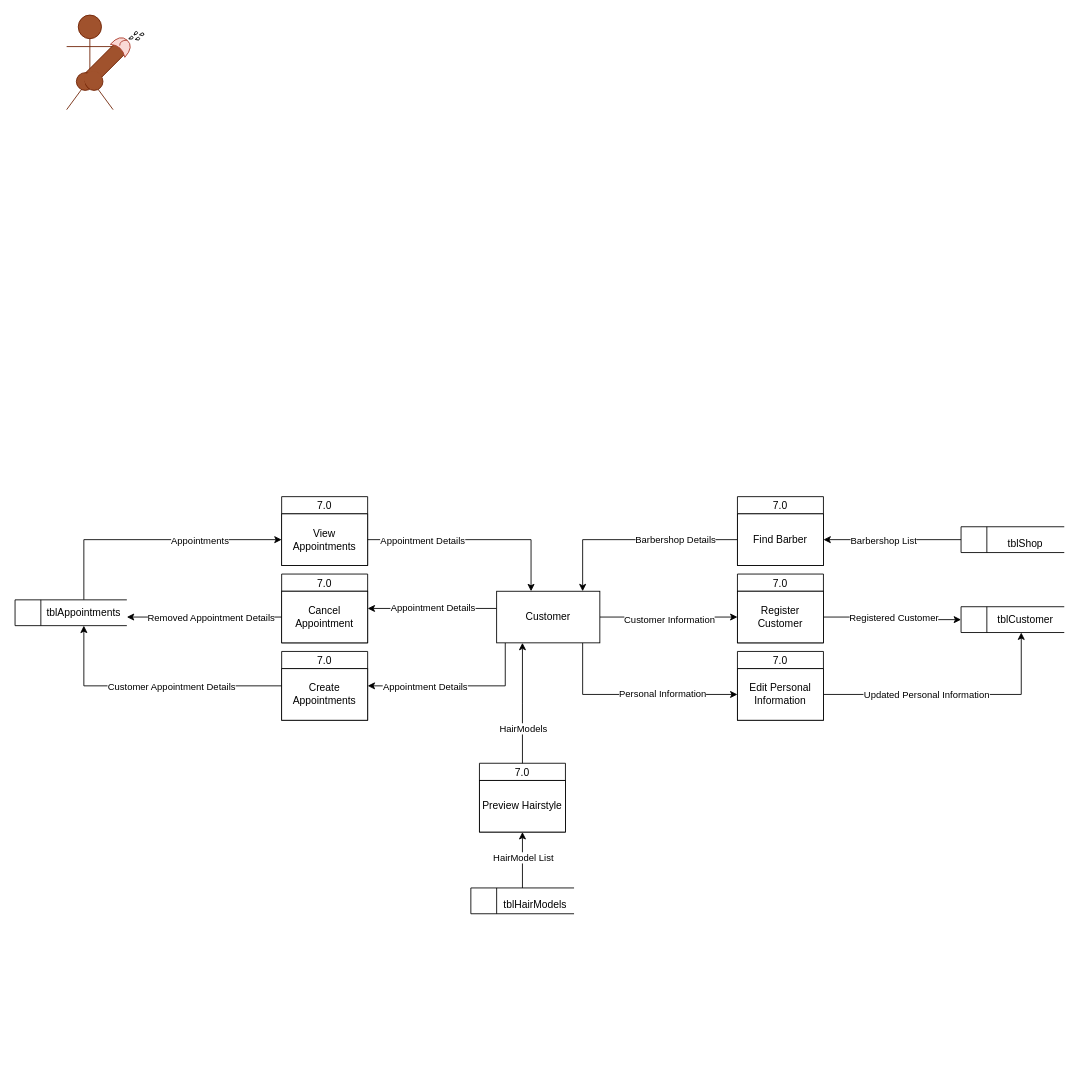
iampotato16/AppointCut keeps this draw.io diagram as page "Customer" (4 of 5) of Diagrams/Data flow.drawio. Above is the earlier version. Source tidied: cells renumbered, new cells numbered last; positions are measured from the earlier drawing's top-left corner, leaving out a move shared by most shapes. Both pictures are drawn from the tidied source at 86%, with x=0, y=0 at pixel (15, 15).
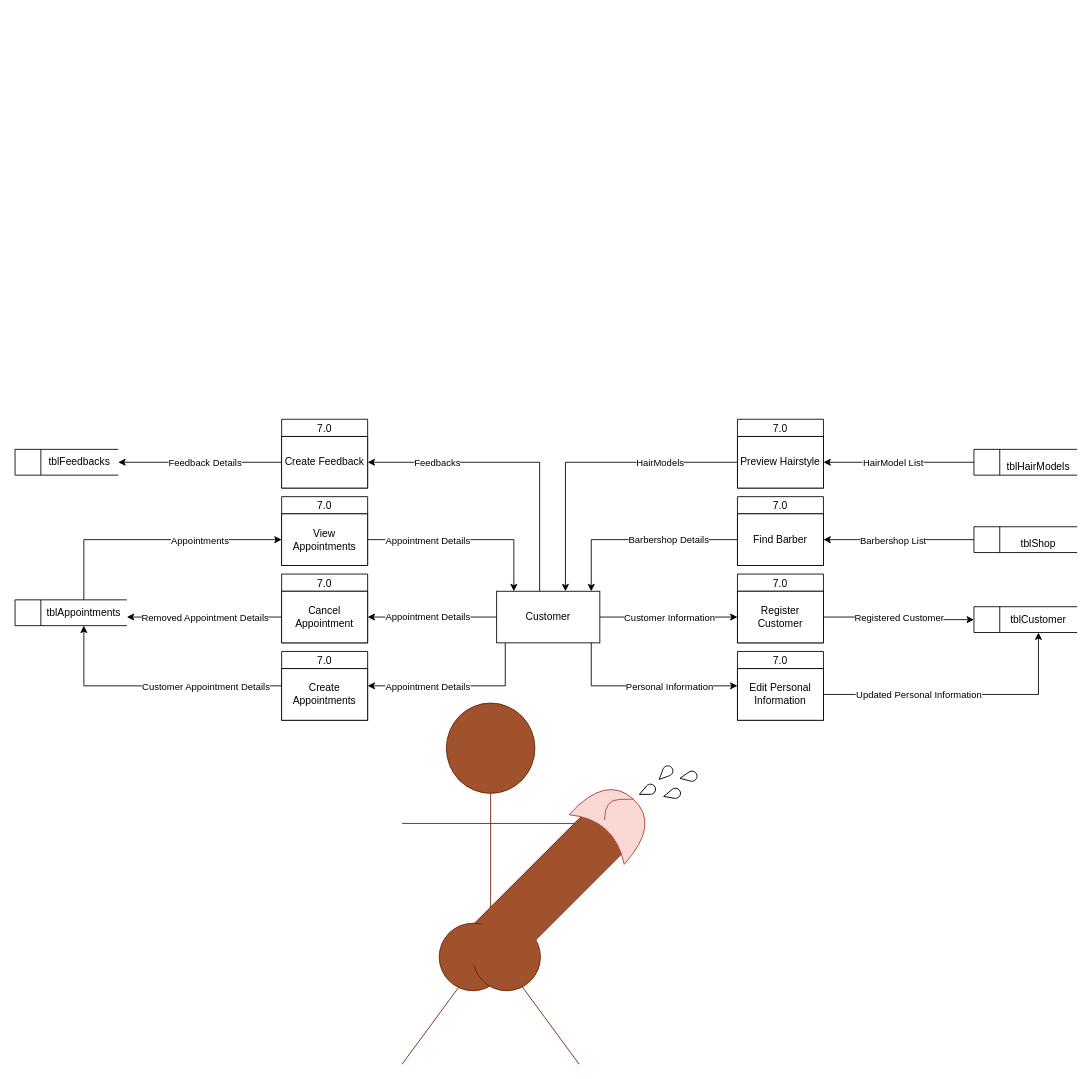
The same page after the edit.

Unchanged cells that the change refers to:
```xml
<mxCell id="16" style="edgeStyle=orthogonalEdgeStyle;rounded=0;jettySize=auto;html=1;" parent="1" edge="1" source="23" target="30">
  <mxGeometry relative="1" as="geometry">
    <Array as="points">
      <mxPoint x="840" y="700" />
      <mxPoint x="840" y="700" />
    </Array>
  </mxGeometry>
</mxCell>
<mxCell id="18" style="edgeStyle=orthogonalEdgeStyle;rounded=0;jettySize=auto;html=1;" parent="1" edge="1" source="23" target="34">
  <mxGeometry relative="1" as="geometry">
    <Array as="points">
      <mxPoint x="570" y="780" />
    </Array>
  </mxGeometry>
</mxCell>
<mxCell id="23" value="&lt;div&gt;Customer&lt;/div&gt;" style="rounded=0;whiteSpace=wrap;html=1;" parent="1" vertex="1">
  <mxGeometry x="560" y="670" width="120" height="60" as="geometry" />
</mxCell>
<mxCell id="25" value="View Appointments" style="rounded=0;whiteSpace=wrap;html=1;" parent="24" vertex="1">
  <mxGeometry y="20" width="100" height="60" as="geometry" />
</mxCell>
<mxCell id="38" value="tblAppointments" style="text;html=1;strokeColor=none;fillColor=none;align=center;verticalAlign=middle;whiteSpace=wrap;rounded=0;sketch=0;" parent="36" vertex="1">
  <mxGeometry x="30" width="100" height="30" as="geometry" />
</mxCell>
<mxCell id="39" style="edgeStyle=orthogonalEdgeStyle;rounded=0;jettySize=auto;html=1;" parent="1" edge="1" source="35" target="38">
  <mxGeometry relative="1" as="geometry">
    <Array as="points">
      <mxPoint x="80" y="780" />
    </Array>
  </mxGeometry>
</mxCell>
<mxCell id="41" value="7.0" style="swimlane;fontStyle=0;horizontal=1;startSize=20;fillColor=#ffffff;swimlaneFillColor=#ffffff;" parent="1" vertex="1">
  <mxGeometry x="310" y="650" width="100" height="80" as="geometry" />
</mxCell>
<mxCell id="42" value="Cancel Appointment" style="rounded=0;whiteSpace=wrap;html=1;" parent="41" vertex="1">
  <mxGeometry y="20" width="100" height="60" as="geometry" />
</mxCell>
<mxCell id="48" value="Find Barber" style="rounded=0;whiteSpace=wrap;html=1;" parent="47" vertex="1">
  <mxGeometry y="20" width="100" height="60" as="geometry" />
</mxCell>
<mxCell id="52" style="edgeStyle=orthogonalEdgeStyle;rounded=0;jettySize=auto;html=1;endArrow=none;endFill=0;startArrow=classic;startFill=1;" parent="1" edge="1" source="47" target="50">
  <mxGeometry relative="1" as="geometry">
    <Array as="points">
      <mxPoint x="980" y="610" />
      <mxPoint x="980" y="610" />
    </Array>
  </mxGeometry>
</mxCell>
<mxCell id="56" value="Edit Personal Information" style="rounded=0;whiteSpace=wrap;html=1;" parent="55" vertex="1">
  <mxGeometry y="20" width="100" height="60" as="geometry" />
</mxCell>
<mxCell id="58" value="Preview Hairstyle" style="rounded=0;whiteSpace=wrap;html=1;" parent="57" vertex="1">
  <mxGeometry y="20" width="100" height="60" as="geometry" />
</mxCell>
<mxCell id="62" style="edgeStyle=orthogonalEdgeStyle;rounded=0;jettySize=auto;html=1;startArrow=none;startFill=0;endArrow=classic;endFill=1;" parent="1" edge="1" source="60" target="58">
  <mxGeometry relative="1" as="geometry" />
</mxCell>
```

What changed in the source:
```diff
@@
     <mxCell id="2" style="html=1;dashed=0;whitespace=wrap;shape=mxgraph.dfd.dataStoreID;align=left;spacingLeft=3;points=[[0,0],[0.5,0],[1,0],[0,0.5],[1,0.5],[0,1],[0.5,1],[1,1]];sketch=0;" parent="1" vertex="1">
-      <mxGeometry x="1100" y="688" width="120" height="30" as="geometry" />
+      <mxGeometry x="1115" y="688" width="120" height="30" as="geometry" />
     </mxCell>
-    <mxCell id="3" style="group;" parent="1" vertex="1">
-      <mxGeometry x="60" width="90" height="110" as="geometry" />
-    </mxCell>
-    <mxCell id="4" style="group;" parent="3" vertex="1">
-      <mxGeometry width="78.6" height="110" as="geometry" />
-    </mxCell>
-    <mxCell id="5" style="shape=umlActor;verticalLabelPosition=bottom;verticalAlign=top;html=1;fillColor=#a0522d;strokeColor=#6D1F00;fontColor=#ffffff;" parent="4" vertex="1">
-      <mxGeometry width="54" height="110" as="geometry" />
-    </mxCell>
-    <mxCell id="6" style="rounded=1;whiteSpace=wrap;html=1;rotation=-45;fillColor=#a0522d;strokeColor=#6D1F00;fontColor=#ffffff;" parent="4" vertex="1">
-      <mxGeometry x="12.8" y="49.7" width="60.4" height="16.8" as="geometry" />
-    </mxCell>
-    <mxCell id="7" style="ellipse;whiteSpace=wrap;html=1;fillColor=#a0522d;strokeColor=#6D1F00;fontColor=#ffffff;" parent="4" vertex="1">
-      <mxGeometry x="11.3" y="67" width="20.6" height="20.6" as="geometry" />
-    </mxCell>
-    <mxCell id="8" style="ellipse;whiteSpace=wrap;html=1;fillColor=#a0522d;strokeColor=#6D1F00;fontColor=#ffffff;" parent="4" vertex="1">
-      <mxGeometry x="21.6" y="67" width="20.6" height="20.6" as="geometry" />
-    </mxCell>
-    <mxCell id="9" style="ellipse;whiteSpace=wrap;html=1;strokeColor=none;fillColor=#a0522d;fontColor=#ffffff;" parent="4" vertex="1">
-      <mxGeometry x="20.6" y="65" width="20.8" height="19.9" as="geometry" />
-    </mxCell>
-    <mxCell id="10" style="shape=xor;whiteSpace=wrap;html=1;rotation=312;fillColor=#fad9d5;strokeColor=#ae4132;" parent="4" vertex="1">
-      <mxGeometry x="56.5" y="24.1" width="16.6" height="22.6" as="geometry" />
-    </mxCell>
-    <mxCell id="11" style="curved=1;endArrow=none;html=1;rounded=0;edgeStyle=orthogonalEdgeStyle;endFill=0;entryX=1;entryY=0.5;entryDx=0;entryDy=0;entryPerimeter=0;fillColor=#fad9d5;strokeColor=#ae4132;" parent="4" edge="1" target="10">
-      <mxGeometry relative="1" as="geometry">
-        <mxPoint x="61.7" y="35.6" as="sourcePoint" />
-        <Array as="points">
-          <mxPoint x="61.7" y="29.3" />
-          <mxPoint x="70.9" y="29.3" />
-        </Array>
-      </mxGeometry>
-    </mxCell>
-    <mxCell id="12" style="verticalLabelPosition=bottom;verticalAlign=top;html=1;shape=mxgraph.basic.drop;rotation=-115;" parent="4" vertex="1">
-      <mxGeometry x="73.1" y="24.1" width="3.1" height="5.2" as="geometry" />
-    </mxCell>
-    <mxCell id="13" style="verticalLabelPosition=bottom;verticalAlign=top;html=1;shape=mxgraph.basic.drop;rotation=-100;" parent="3" vertex="1">
-      <mxGeometry x="85.7" y="19.9" width="3.1" height="5.2" as="geometry" />
-    </mxCell>
-    <mxCell id="14" style="verticalLabelPosition=bottom;verticalAlign=top;html=1;shape=mxgraph.basic.drop;rotation=-135;" parent="3" vertex="1">
-      <mxGeometry x="78.6" y="18.8" width="3.1" height="5.2" as="geometry" />
-    </mxCell>
-    <mxCell id="15" style="verticalLabelPosition=bottom;verticalAlign=top;html=1;shape=mxgraph.basic.drop;rotation=-105;" parent="3" vertex="1">
-      <mxGeometry x="80.7" y="25.1" width="3.1" height="5.2" as="geometry" />
-    </mxCell>
@@
     <mxCell id="17" value="Customer Information" style="edgeLabel;html=1;align=center;verticalAlign=middle;" parent="16" vertex="1">
       <mxGeometry x="-0.19" relative="1" as="geometry">
-        <mxPoint x="15" y="2" as="offset" />
+        <mxPoint x="15" as="offset" />
       </mxGeometry>
     </mxCell>
@@
     <mxCell id="19" value="Appointment Details" style="edgeLabel;html=1;align=center;verticalAlign=middle;" parent="18" vertex="1">
       <mxGeometry x="-0.27" relative="1" as="geometry">
-        <mxPoint x="-67" as="offset" />
+        <mxPoint x="-64" as="offset" />
       </mxGeometry>
     </mxCell>
     <mxCell id="20" value="Appointment Details" style="edgeStyle=orthogonalEdgeStyle;rounded=0;jettySize=auto;html=1;" parent="1" edge="1" source="23" target="41">
-      <mxGeometry x="-0.03" relative="1" as="geometry">
+      <mxGeometry x="0.07" relative="1" as="geometry">
         <Array as="points">
-          <mxPoint x="480" y="690" />
-          <mxPoint x="480" y="690" />
+          <mxPoint x="490" y="700" />
+          <mxPoint x="490" y="700" />
         </Array>
-        <mxPoint x="-1" as="offset" />
       </mxGeometry>
     </mxCell>
     <mxCell id="21" value="Barbershop Details" style="edgeStyle=orthogonalEdgeStyle;rounded=0;jettySize=auto;html=1;endArrow=none;endFill=0;startArrow=classic;startFill=1;" parent="1" edge="1" source="23" target="48">
-      <mxGeometry x="0.4" relative="1" as="geometry">
+      <mxGeometry x="0.3" relative="1" as="geometry">
         <Array as="points">
-          <mxPoint x="660" y="610" />
+          <mxPoint x="670" y="610" />
         </Array>
       </mxGeometry>
     </mxCell>
     <mxCell id="22" style="edgeStyle=orthogonalEdgeStyle;rounded=0;jettySize=auto;html=1;startArrow=none;startFill=0;endArrow=classic;endFill=1;" parent="1" edge="1" source="23" target="56">
       <mxGeometry relative="1" as="geometry">
         <Array as="points">
-          <mxPoint x="660" y="790" />
+          <mxPoint x="670" y="780" />
         </Array>
       </mxGeometry>
     </mxCell>
+    <mxCell id="54" value="Personal Information" style="edgeLabel;html=1;align=center;verticalAlign=middle;" parent="22" vertex="1">
+      <mxGeometry x="0.02" y="-2" relative="1" as="geometry">
+        <mxPoint x="28" y="-2" as="offset" />
+      </mxGeometry>
+    </mxCell>
+    <mxCell id="67" style="edgeStyle=orthogonalEdgeStyle;rounded=0;jettySize=auto;html=1;startArrow=none;startFill=0;endArrow=classic;endFill=1;" parent="1" edge="1" source="23" target="74">
+      <mxGeometry relative="1" as="geometry">
+        <Array as="points">
+          <mxPoint x="610" y="520" />
+        </Array>
+      </mxGeometry>
+    </mxCell>
+    <mxCell id="68" value="Feedbacks" style="edgeLabel;html=1;align=center;verticalAlign=middle;" parent="67" vertex="1">
+      <mxGeometry x="0.32" relative="1" as="geometry">
+        <mxPoint x="-39" as="offset" />
+      </mxGeometry>
+    </mxCell>
@@
     <mxCell id="28" style="edgeStyle=orthogonalEdgeStyle;rounded=0;jettySize=auto;html=1;" parent="1" edge="1" source="25" target="23">
       <mxGeometry relative="1" as="geometry">
         <Array as="points">
-          <mxPoint x="600" y="610" />
+          <mxPoint x="580" y="610" />
         </Array>
       </mxGeometry>
     </mxCell>
     <mxCell id="29" value="Appointment Details" style="edgeLabel;html=1;align=center;verticalAlign=middle;" parent="28" vertex="1">
       <mxGeometry x="-0.26" relative="1" as="geometry">
-        <mxPoint x="-30" as="offset" />
+        <mxPoint x="-16" as="offset" />
       </mxGeometry>
     </mxCell>
@@
     <mxCell id="40" value="Customer Appointment Details" style="edgeLabel;html=1;align=center;verticalAlign=middle;" parent="39" vertex="1">
       <mxGeometry x="-0.34" y="1" relative="1" as="geometry">
-        <mxPoint x="-30" y="-1" as="offset" />
+        <mxPoint x="10" y="-1" as="offset" />
       </mxGeometry>
     </mxCell>
@@
     <mxCell id="43" style="edgeStyle=orthogonalEdgeStyle;rounded=0;jettySize=auto;html=1;" parent="1" edge="1" source="42" target="38">
       <mxGeometry relative="1" as="geometry">
         <Array as="points">
-          <mxPoint x="80" y="690" />
+          <mxPoint x="220" y="700" />
+          <mxPoint x="220" y="700" />
         </Array>
       </mxGeometry>
     </mxCell>
     <mxCell id="44" value="Removed Appointment Details&lt;br&gt;" style="edgeLabel;html=1;align=center;verticalAlign=middle;" parent="43" vertex="1">
       <mxGeometry x="-0.15" relative="1" as="geometry">
-        <mxPoint x="-6" as="offset" />
+        <mxPoint x="-13" as="offset" />
       </mxGeometry>
     </mxCell>
     <mxCell id="45" style="edgeStyle=orthogonalEdgeStyle;rounded=0;jettySize=auto;html=1;startArrow=none;startFill=0;endArrow=classic;endFill=1;" parent="1" edge="1" source="56" target="2">
       <mxGeometry relative="1" as="geometry">
         <Array as="points">
-          <mxPoint x="1170" y="790" />
+          <mxPoint x="1190" y="790" />
         </Array>
       </mxGeometry>
     </mxCell>
     <mxCell id="46" value="Updated Personal Information" style="edgeLabel;html=1;align=center;verticalAlign=middle;" parent="45" vertex="1">
       <mxGeometry x="0.29" y="-2" relative="1" as="geometry">
-        <mxPoint x="-76" y="-2" as="offset" />
+        <mxPoint x="-98" y="-2" as="offset" />
       </mxGeometry>
     </mxCell>
@@
     <mxCell id="49" style="group;" parent="1" vertex="1">
-      <mxGeometry x="1100" y="600" width="120" height="30" as="geometry" />
+      <mxGeometry x="1115" y="600" width="120" height="30" as="geometry" />
     </mxCell>
@@
     <mxCell id="53" value="Barbershop List" style="edgeLabel;html=1;align=center;verticalAlign=middle;" parent="52" vertex="1">
       <mxGeometry x="0.33" y="-2" relative="1" as="geometry">
-        <mxPoint x="-37" y="-2" as="offset" />
+        <mxPoint x="-36" y="-2" as="offset" />
       </mxGeometry>
     </mxCell>
-    <mxCell id="54" value="Personal Information" style="edgeLabel;html=1;align=center;verticalAlign=middle;" parent="1" vertex="1">
-      <mxGeometry x="503.7" y="580.1" as="geometry">
-        <mxPoint x="249" y="209" as="offset" />
-      </mxGeometry>
-    </mxCell>
@@
     <mxCell id="57" value="7.0" style="swimlane;fontStyle=0;horizontal=1;startSize=20;fillColor=#ffffff;swimlaneFillColor=#ffffff;" parent="1" vertex="1">
-      <mxGeometry x="540" y="870" width="100" height="80" as="geometry" />
+      <mxGeometry x="840" y="470" width="100" height="80" as="geometry" />
     </mxCell>
@@
     <mxCell id="59" style="group;" parent="1" vertex="1">
-      <mxGeometry x="530" y="1020" width="120" height="30" as="geometry" />
+      <mxGeometry x="1115" y="510" width="120" height="30" as="geometry" />
     </mxCell>
@@
     <mxCell id="63" value="HairModel List" style="edgeLabel;html=1;align=center;verticalAlign=middle;" parent="62" vertex="1">
       <mxGeometry x="0.17" y="-2" relative="1" as="geometry">
-        <mxPoint x="-2" y="2" as="offset" />
+        <mxPoint x="7" y="2" as="offset" />
       </mxGeometry>
     </mxCell>
-    <mxCell id="64" style="edgeStyle=orthogonalEdgeStyle;rounded=0;jettySize=auto;html=1;startArrow=classic;startFill=1;endArrow=none;endFill=0;" parent="1" edge="1" source="23" target="57">
+    <mxCell id="64" style="edgeStyle=orthogonalEdgeStyle;rounded=0;jettySize=auto;html=1;startArrow=classic;startFill=1;endArrow=none;endFill=0;" parent="1" edge="1" source="23" target="58">
       <mxGeometry relative="1" as="geometry">
         <Array as="points">
-          <mxPoint x="590" y="800" />
-          <mxPoint x="590" y="800" />
+          <mxPoint x="640" y="520" />
         </Array>
       </mxGeometry>
     </mxCell>
     <mxCell id="65" value="HairModels" style="edgeLabel;html=1;align=center;verticalAlign=middle;" parent="64" vertex="1">
       <mxGeometry x="0.39" relative="1" as="geometry">
-        <mxPoint y="2" as="offset" />
+        <mxPoint x="16" as="offset" />
       </mxGeometry>
     </mxCell>
     <mxCell id="66" value="tblCustomer" style="text;html=1;strokeColor=none;fillColor=none;align=center;verticalAlign=middle;whiteSpace=wrap;rounded=0;sketch=0;" parent="1" vertex="1">
-      <mxGeometry x="1130" y="688" width="90" height="30" as="geometry" />
+      <mxGeometry x="1145" y="688" width="90" height="30" as="geometry" />
     </mxCell>
+    <mxCell id="69" style="group;" parent="1" vertex="1">
+      <mxGeometry y="510" width="120" height="30" as="geometry" />
+    </mxCell>
+    <mxCell id="70" style="html=1;dashed=0;whitespace=wrap;shape=mxgraph.dfd.dataStoreID;align=left;spacingLeft=3;points=[[0,0],[0.5,0],[1,0],[0,0.5],[1,0.5],[0,1],[0.5,1],[1,1]];sketch=0;" parent="69" vertex="1">
+      <mxGeometry y="-5" width="120" height="30" as="geometry" />
+    </mxCell>
+    <mxCell id="71" value="tblFeedbacks" style="text;html=1;strokeColor=none;fillColor=none;align=center;verticalAlign=middle;whiteSpace=wrap;rounded=0;sketch=0;" parent="69" vertex="1">
+      <mxGeometry x="30" y="-5" width="90" height="30" as="geometry" />
+    </mxCell>
+    <mxCell id="72" style="edgeStyle=orthogonalEdgeStyle;rounded=0;jettySize=auto;html=1;startArrow=none;startFill=0;endArrow=classic;endFill=1;" parent="1" edge="1" source="74" target="70">
+      <mxGeometry relative="1" as="geometry">
+        <Array as="points">
+          <mxPoint x="210" y="520" />
+          <mxPoint x="210" y="520" />
+        </Array>
+      </mxGeometry>
+    </mxCell>
+    <mxCell id="73" value="Feedback Details" style="edgeLabel;html=1;align=center;verticalAlign=middle;" parent="72" vertex="1">
+      <mxGeometry x="0.17" y="1" relative="1" as="geometry">
+        <mxPoint x="21" y="-1" as="offset" />
+      </mxGeometry>
+    </mxCell>
+    <mxCell id="74" value="7.0" style="swimlane;fontStyle=0;horizontal=1;startSize=20;fillColor=#ffffff;swimlaneFillColor=#ffffff;" parent="1" vertex="1">
+      <mxGeometry x="310" y="470" width="100" height="80" as="geometry" />
+    </mxCell>
+    <mxCell id="75" value="Create Feedback" style="rounded=0;whiteSpace=wrap;html=1;" parent="74" vertex="1">
+      <mxGeometry y="20" width="100" height="60" as="geometry" />
+    </mxCell>
+    <mxCell id="3" style="group;" parent="1" vertex="1">
+      <mxGeometry x="450" y="800" width="343.6" height="420" as="geometry" />
+    </mxCell>
+    <mxCell id="4" style="group;" parent="3" vertex="1">
+      <mxGeometry width="300.2" height="420" as="geometry" />
+    </mxCell>
+    <mxCell id="5" style="shape=umlActor;verticalLabelPosition=bottom;verticalAlign=top;html=1;fillColor=#a0522d;strokeColor=#6D1F00;fontColor=#ffffff;" parent="4" vertex="1">
+      <mxGeometry width="206" height="420" as="geometry" />
+    </mxCell>
+    <mxCell id="6" style="rounded=1;whiteSpace=wrap;html=1;rotation=-45;fillColor=#a0522d;strokeColor=#6D1F00;fontColor=#ffffff;" parent="4" vertex="1">
+      <mxGeometry x="48.7" y="189.6" width="230.5" height="64" as="geometry" />
+    </mxCell>
+    <mxCell id="7" style="ellipse;whiteSpace=wrap;html=1;fillColor=#a0522d;strokeColor=#6D1F00;fontColor=#ffffff;" parent="4" vertex="1">
+      <mxGeometry x="43.2" y="256" width="78.5" height="78.5" as="geometry" />
+    </mxCell>
+    <mxCell id="8" style="ellipse;whiteSpace=wrap;html=1;fillColor=#a0522d;strokeColor=#6D1F00;fontColor=#ffffff;" parent="4" vertex="1">
+      <mxGeometry x="82.4" y="256" width="78.5" height="78.5" as="geometry" />
+    </mxCell>
+    <mxCell id="9" style="ellipse;whiteSpace=wrap;html=1;strokeColor=none;fillColor=#a0522d;fontColor=#ffffff;" parent="4" vertex="1">
+      <mxGeometry x="78.5" y="248" width="79.5" height="76" as="geometry" />
+    </mxCell>
+    <mxCell id="10" style="shape=xor;whiteSpace=wrap;html=1;rotation=312;fillColor=#fad9d5;strokeColor=#ae4132;" parent="4" vertex="1">
+      <mxGeometry x="215.8" y="92" width="63.4" height="86.2" as="geometry" />
+    </mxCell>
+    <mxCell id="11" style="curved=1;endArrow=none;html=1;rounded=0;edgeStyle=orthogonalEdgeStyle;endFill=0;entryX=1;entryY=0.5;entryDx=0;entryDy=0;entryPerimeter=0;fillColor=#fad9d5;strokeColor=#ae4132;" parent="4" edge="1" target="10">
+      <mxGeometry relative="1" as="geometry">
+        <mxPoint x="235.4" y="136" as="sourcePoint" />
+        <Array as="points">
+          <mxPoint x="235.4" y="112" />
+          <mxPoint x="270.8" y="112" />
+        </Array>
+      </mxGeometry>
+    </mxCell>
+    <mxCell id="12" style="verticalLabelPosition=bottom;verticalAlign=top;html=1;shape=mxgraph.basic.drop;rotation=-115;" parent="4" vertex="1">
+      <mxGeometry x="279.2" y="92" width="11.8" height="20" as="geometry" />
+    </mxCell>
+    <mxCell id="13" style="verticalLabelPosition=bottom;verticalAlign=top;html=1;shape=mxgraph.basic.drop;rotation=-100;" parent="3" vertex="1">
+      <mxGeometry x="327.1" y="75.8" width="11.8" height="20" as="geometry" />
+    </mxCell>
+    <mxCell id="14" style="verticalLabelPosition=bottom;verticalAlign=top;html=1;shape=mxgraph.basic.drop;rotation=-135;" parent="3" vertex="1">
+      <mxGeometry x="300.2" y="71.8" width="11.8" height="20" as="geometry" />
+    </mxCell>
+    <mxCell id="15" style="verticalLabelPosition=bottom;verticalAlign=top;html=1;shape=mxgraph.basic.drop;rotation=-105;" parent="3" vertex="1">
+      <mxGeometry x="308" y="96" width="11.8" height="20" as="geometry" />
+    </mxCell>
```
